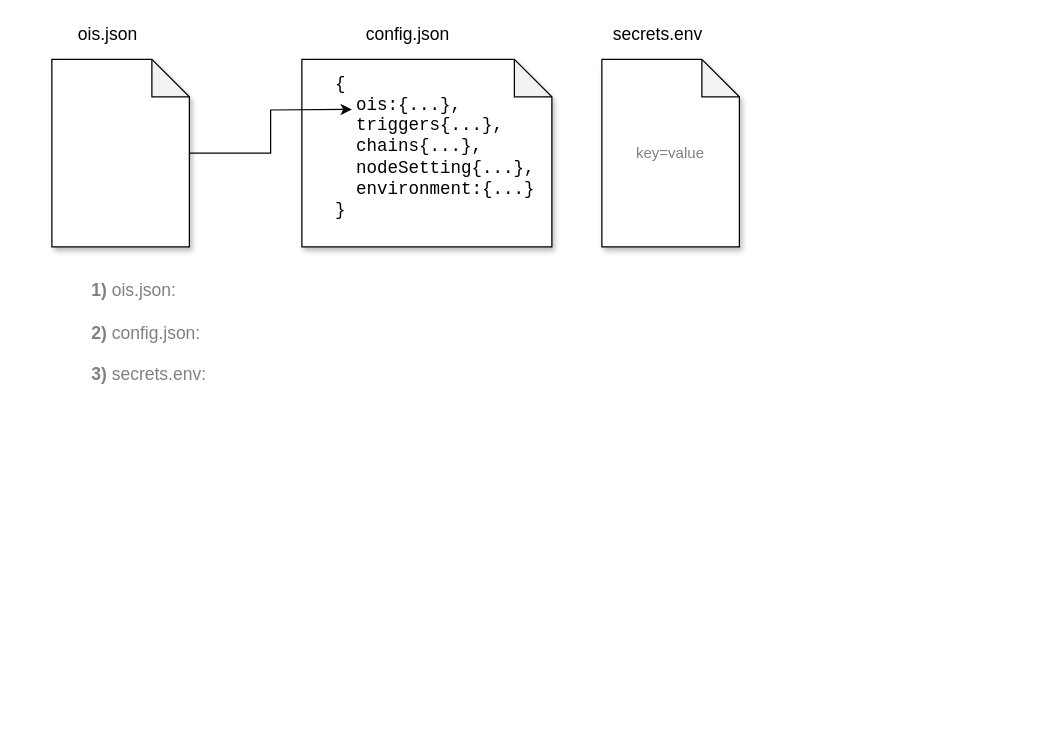
This is docs/next/assets/diagrams/api-provider-overview.drawio from api3dao/old-api3-docs, a draw.io file, before an edit. Source tidied: cells renumbered, new cells numbered last; positions are measured from the earlier drawing's top-left corner, leaving out a move shared by most shapes. Both pictures are drawn from the tidied source at 125%, with x=0, y=0 at pixel (51, 21).
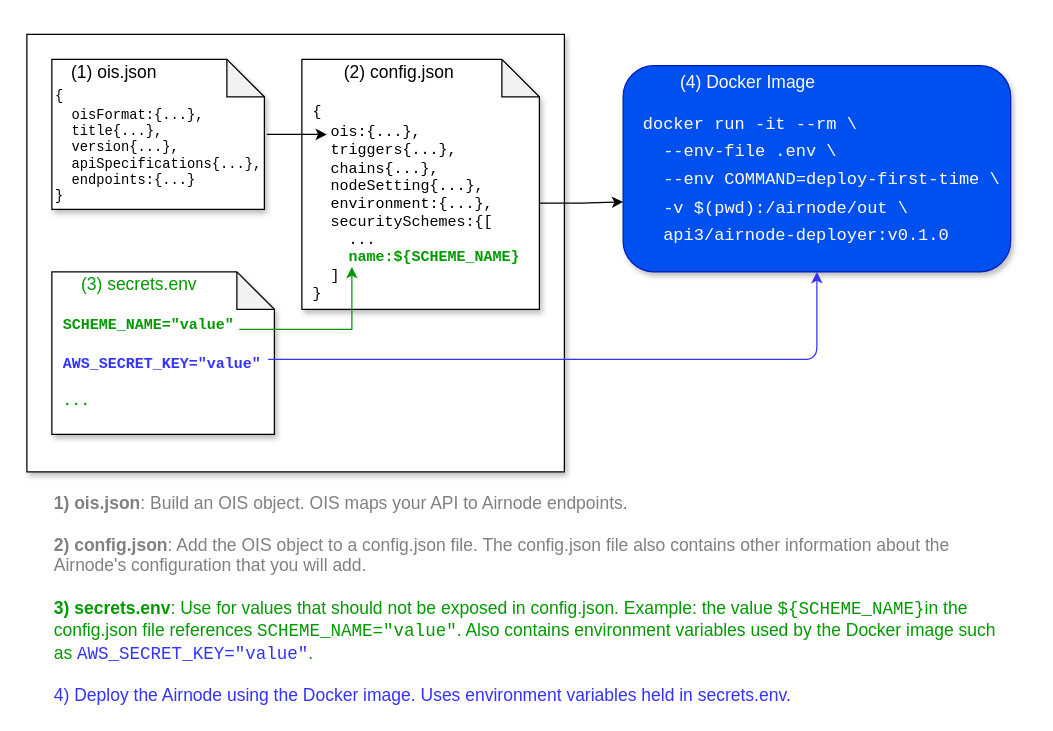
After the change.

Diff of the diagram source:
```diff
@@
+    <mxCell id="11" style="rounded=1;whiteSpace=wrap;html=1;fontSize=11;align=left;fillColor=#0050ef;strokeColor=#001DBC;fontColor=#ffffff;shadow=1;" parent="1" vertex="1">
+      <mxGeometry x="457" y="35" width="310" height="165" as="geometry" />
+    </mxCell>
+    <mxCell id="12" style="rounded=0;whiteSpace=wrap;html=1;shadow=1;" parent="1" vertex="1">
+      <mxGeometry x="-20" y="10" width="430" height="350" as="geometry" />
+    </mxCell>
-    <mxCell id="2" value="&lt;font style=&quot;font-size: 14px&quot;&gt;&lt;font style=&quot;font-size: 14px&quot; color=&quot;#808080&quot;&gt;&lt;font style=&quot;font-size: 14px&quot;&gt;&lt;font style=&quot;font-size: 14px&quot;&gt;&lt;b style=&quot;font-size: 14px&quot;&gt;1)&lt;/b&gt;&amp;nbsp;ois.json:&lt;br style=&quot;font-size: 14px&quot;&gt;&lt;/font&gt;&lt;br style=&quot;font-size: 14px&quot;&gt;&lt;font style=&quot;font-size: 14px&quot;&gt;&lt;b style=&quot;font-size: 14px&quot;&gt;2)&lt;/b&gt;&amp;nbsp;config.json:&lt;br style=&quot;font-size: 14px&quot;&gt;&lt;/font&gt;&lt;br style=&quot;font-size: 14px&quot;&gt;&lt;/font&gt;&lt;font style=&quot;font-size: 14px&quot;&gt;&lt;font style=&quot;font-size: 14px&quot;&gt;&lt;b style=&quot;font-size: 14px&quot;&gt;3)&lt;/b&gt;&amp;nbsp;secrets.env:&amp;nbsp;&lt;/font&gt;&lt;/font&gt;&lt;/font&gt;&lt;/font&gt;&lt;font style=&quot;font-size: 14px&quot; color=&quot;#000000&quot;&gt;&lt;br style=&quot;font-size: 14px&quot;&gt;&lt;/font&gt;" style="text;html=1;strokeColor=none;fillColor=none;align=left;verticalAlign=top;whiteSpace=wrap;rounded=0;fontSize=14;fontColor=#3333FF;" parent="1" vertex="1">
-      <mxGeometry x="30" y="200" width="510" height="150" as="geometry" />
+    <mxCell id="2" value="&lt;font&gt;&lt;font&gt;&lt;font style=&quot;font-size: 14px ; color: rgb(128 , 128 , 128)&quot;&gt;&lt;font style=&quot;font-size: 14px&quot;&gt;&lt;b style=&quot;font-size: 14px&quot;&gt;1)&lt;/b&gt;&amp;nbsp;&lt;b&gt;ois.json&lt;/b&gt;: Build an OIS object. OIS maps your API to Airnode endpoints.&lt;br style=&quot;font-size: 14px&quot;&gt;&lt;/font&gt;&lt;br style=&quot;font-size: 14px&quot;&gt;&lt;font style=&quot;font-size: 14px&quot;&gt;&lt;b style=&quot;font-size: 14px&quot;&gt;2)&lt;/b&gt;&amp;nbsp;&lt;b&gt;config.json&lt;/b&gt;: Add the OIS object to a config.json file. The config.json file also contains other information about the Airnode's configuration that you will add.&lt;br style=&quot;font-size: 14px&quot;&gt;&lt;/font&gt;&lt;br style=&quot;font-size: 14px&quot;&gt;&lt;/font&gt;&lt;font style=&quot;font-size: 14px&quot;&gt;&lt;font style=&quot;font-size: 14px&quot;&gt;&lt;font color=&quot;#009900&quot; style=&quot;font-size: 14px&quot;&gt;&lt;b style=&quot;font-size: 14px&quot;&gt;3)&lt;/b&gt;&amp;nbsp;&lt;b&gt;secrets.env&lt;/b&gt;: Use for values that should not be exposed in config.json. Example: the value &lt;font face=&quot;Courier New&quot; style=&quot;font-size: 14px&quot;&gt;${&lt;/font&gt;&lt;/font&gt;&lt;span style=&quot;color: rgb(0 , 153 , 0)&quot;&gt;&lt;font style=&quot;font-size: 14px&quot; face=&quot;Courier New&quot;&gt;SCHEME_NAME&lt;/font&gt;&lt;/span&gt;&lt;font color=&quot;#009900&quot; style=&quot;font-size: 14px&quot;&gt;&lt;font face=&quot;Courier New&quot; style=&quot;font-size: 14px&quot;&gt;}&lt;/font&gt;&lt;font style=&quot;font-size: 14px&quot;&gt;in the config.json&lt;/font&gt;&lt;font style=&quot;font-size: 14px&quot;&gt; file&lt;/font&gt; references&amp;nbsp;&lt;/font&gt;&lt;span style=&quot;color: rgb(0 , 153 , 0)&quot;&gt;&lt;font style=&quot;font-size: 14px&quot; face=&quot;Courier New&quot;&gt;SCHEME_NAME&lt;/font&gt;&lt;/span&gt;&lt;font style=&quot;font-size: 14px&quot;&gt;&lt;font face=&quot;Courier New&quot; style=&quot;color: rgb(0 , 153 , 0) ; font-size: 14px&quot;&gt;=&quot;value&quot;&lt;/font&gt;&lt;font color=&quot;#009900&quot;&gt;. Also contains environment variables used by the Docker image such as &lt;/font&gt;&lt;font face=&quot;Courier New&quot;&gt;AWS_SECRET_KEY=&quot;value&quot;&lt;/font&gt;&lt;font color=&quot;#009900&quot;&gt;.&lt;/font&gt;&lt;/font&gt;&lt;br&gt;&lt;/font&gt;&lt;/font&gt;&lt;/font&gt;&lt;/font&gt;&lt;font style=&quot;font-size: 14px&quot;&gt;&lt;br&gt;4&lt;/font&gt;&lt;font style=&quot;font-size: 14px&quot;&gt;) Deploy the Airnode using the Docker image. Uses environment variables held in secrets.env.&lt;br style=&quot;font-size: 14px&quot;&gt;&lt;/font&gt;" style="text;html=1;strokeColor=none;fillColor=none;align=left;verticalAlign=top;whiteSpace=wrap;rounded=0;fontSize=14;fontColor=#3333FF;" parent="1" vertex="1">
+      <mxGeometry y="370" width="770" height="180" as="geometry" />
     </mxCell>
     <mxCell id="3" style="shape=note;whiteSpace=wrap;html=1;backgroundOutline=1;darkOpacity=0.05;shadow=1;" parent="1" vertex="1">
-      <mxGeometry x="200" y="30" width="200" height="150" as="geometry" />
+      <mxGeometry x="200" y="30" width="190" height="200" as="geometry" />
     </mxCell>
-    <mxCell id="4" value="&lt;font style=&quot;font-size: 14px&quot;&gt;config.json&lt;/font&gt;" style="text;html=1;strokeColor=none;fillColor=none;align=center;verticalAlign=middle;whiteSpace=wrap;rounded=0;" parent="1" vertex="1">
-      <mxGeometry x="250" width="70" height="20" as="geometry" />
+    <mxCell id="4" value="&lt;font style=&quot;font-size: 14px&quot;&gt;(2) config.json&lt;/font&gt;" style="text;html=1;strokeColor=none;fillColor=none;align=center;verticalAlign=middle;whiteSpace=wrap;rounded=0;" parent="1" vertex="1">
+      <mxGeometry x="228" y="30" width="100" height="20" as="geometry" />
     </mxCell>
     <mxCell id="5" style="shape=note;whiteSpace=wrap;html=1;backgroundOutline=1;darkOpacity=0.05;shadow=1;" parent="1" vertex="1">
-      <mxGeometry y="30" width="110" height="150" as="geometry" />
+      <mxGeometry y="30" width="170" height="120" as="geometry" />
     </mxCell>
-    <mxCell id="6" value="&lt;font style=&quot;font-size: 14px&quot;&gt;ois.json&lt;/font&gt;" style="text;html=1;strokeColor=none;fillColor=none;align=center;verticalAlign=middle;whiteSpace=wrap;rounded=0;" parent="1" vertex="1">
-      <mxGeometry x="10" width="70" height="20" as="geometry" />
+    <mxCell id="6" value="&lt;font style=&quot;font-size: 14px&quot;&gt;(1) ois.json&lt;/font&gt;" style="text;html=1;strokeColor=none;fillColor=none;align=center;verticalAlign=middle;whiteSpace=wrap;rounded=0;" parent="1" vertex="1">
+      <mxGeometry x="-10" y="30" width="120" height="20" as="geometry" />
     </mxCell>
-    <mxCell id="7" value="&lt;font style=&quot;font-size: 14px&quot;&gt;secrets.env&lt;/font&gt;" style="text;html=1;strokeColor=none;fillColor=none;align=center;verticalAlign=middle;whiteSpace=wrap;rounded=0;" parent="1" vertex="1">
-      <mxGeometry x="450" width="70" height="20" as="geometry" />
-    </mxCell>
-    <mxCell id="8" value="&lt;div&gt;&lt;span style=&quot;font-size: 14px ; font-family: &amp;#34;courier new&amp;#34;&quot;&gt;{&lt;/span&gt;&lt;/div&gt;&lt;div&gt;&lt;span style=&quot;font-size: 14px ; font-family: &amp;#34;courier new&amp;#34;&quot;&gt;&amp;nbsp; ois:{...},&lt;/span&gt;&lt;/div&gt;&lt;font style=&quot;font-size: 14px&quot; face=&quot;Courier New&quot;&gt;&lt;div&gt;&lt;span&gt;&amp;nbsp; triggers{...},&lt;/span&gt;&lt;/div&gt;&lt;div&gt;&lt;span&gt;&amp;nbsp; chains{...},&lt;/span&gt;&lt;/div&gt;&lt;div&gt;&lt;span&gt;&amp;nbsp; nodeSetting{...},&lt;/span&gt;&lt;/div&gt;&lt;div&gt;&lt;span&gt;&amp;nbsp; environment:{...}&lt;/span&gt;&lt;/div&gt;&lt;div&gt;&lt;span&gt;}&lt;/span&gt;&lt;/div&gt;&lt;/font&gt;" style="text;html=1;strokeColor=none;fillColor=none;align=left;verticalAlign=middle;whiteSpace=wrap;rounded=0;shadow=1;" parent="1" vertex="1">
-      <mxGeometry x="225" y="40" width="170" height="120" as="geometry" />
+    <mxCell id="8" value="&lt;div style=&quot;font-size: 12px&quot;&gt;&lt;span style=&quot;font-family: &amp;#34;courier new&amp;#34;&quot;&gt;&lt;font style=&quot;font-size: 12px&quot;&gt;{&lt;/font&gt;&lt;/span&gt;&lt;/div&gt;&lt;div style=&quot;font-size: 12px&quot;&gt;&lt;font style=&quot;font-size: 12px&quot;&gt;&lt;span style=&quot;font-family: &amp;#34;courier new&amp;#34;&quot;&gt;&amp;nbsp; ois:{...&lt;/span&gt;&lt;span style=&quot;font-family: &amp;#34;courier new&amp;#34;&quot;&gt;},&lt;/span&gt;&lt;/font&gt;&lt;/div&gt;&lt;font style=&quot;font-size: 12px&quot;&gt;&lt;font style=&quot;font-size: 12px&quot; face=&quot;Courier New&quot;&gt;&lt;div&gt;&amp;nbsp; triggers{...},&lt;/div&gt;&lt;div&gt;&amp;nbsp; chains{...},&lt;/div&gt;&lt;div&gt;&amp;nbsp; nodeSetting{...},&lt;/div&gt;&lt;div&gt;&amp;nbsp; environment:{...},&lt;/div&gt;&lt;div&gt;&amp;nbsp; securitySchemes:{[&lt;/div&gt;&lt;div&gt;&amp;nbsp; &amp;nbsp; ...&lt;/div&gt;&lt;div&gt;&amp;nbsp; &amp;nbsp; &lt;font color=&quot;#009900&quot; style=&quot;font-size: 12px&quot;&gt;&lt;b&gt;name:${&lt;/b&gt;&lt;/font&gt;&lt;font color=&quot;#009900&quot; style=&quot;font-size: 12px&quot;&gt;&lt;span style=&quot;background-color: transparent&quot;&gt;&lt;b&gt;SCHEME_NAME&lt;/b&gt;&lt;/span&gt;&lt;span style=&quot;font-weight: bold&quot;&gt;}&lt;/span&gt;&lt;/font&gt;&lt;/div&gt;&lt;/font&gt;&lt;font style=&quot;font-size: 12px&quot; face=&quot;Courier New&quot;&gt;&lt;div&gt;&amp;nbsp; ]&amp;nbsp; &amp;nbsp;&lt;/div&gt;&lt;div&gt;}&lt;/div&gt;&lt;/font&gt;&lt;/font&gt;" style="text;html=1;strokeColor=none;fillColor=none;align=left;verticalAlign=middle;whiteSpace=wrap;rounded=0;shadow=1;fontSize=11;" parent="1" vertex="1">
+      <mxGeometry x="207" y="66" width="171" height="158.5" as="geometry" />
     </mxCell>
-    <mxCell id="9" value="key=value" style="shape=note;whiteSpace=wrap;html=1;backgroundOutline=1;darkOpacity=0.05;shadow=1;fontColor=#808080;" parent="1" vertex="1">
-      <mxGeometry x="440" y="30" width="110" height="150" as="geometry" />
+    <mxCell id="9" value="&lt;div&gt;&lt;span&gt;&lt;font face=&quot;Courier New&quot;&gt;&lt;b&gt;&lt;br&gt;&lt;/b&gt;&lt;/font&gt;&lt;/span&gt;&lt;/div&gt;&lt;div&gt;&lt;span&gt;&lt;font face=&quot;Courier New&quot;&gt;&lt;b&gt;&amp;nbsp;SCHEME_NAME=&quot;value&quot;&lt;/b&gt;&lt;/font&gt;&lt;/span&gt;&lt;/div&gt;&lt;div&gt;&lt;span&gt;&lt;font face=&quot;Courier New&quot;&gt;&lt;b&gt;&lt;br&gt;&lt;/b&gt;&lt;/font&gt;&lt;/span&gt;&lt;/div&gt;&lt;div&gt;&lt;span&gt;&lt;font color=&quot;#3333ff&quot; face=&quot;Courier New&quot;&gt;&lt;b&gt;&amp;nbsp;AWS_SECRET_KEY=&quot;value&quot;&lt;/b&gt;&lt;/font&gt;&lt;/span&gt;&lt;/div&gt;&lt;div&gt;&lt;span&gt;&lt;font face=&quot;Courier New&quot;&gt;&lt;b&gt;&lt;br&gt;&lt;/b&gt;&lt;/font&gt;&lt;/span&gt;&lt;/div&gt;&lt;div&gt;&lt;font face=&quot;Courier New&quot;&gt;&lt;b&gt;&amp;nbsp;...&lt;/b&gt;&lt;/font&gt;&lt;/div&gt;" style="shape=note;whiteSpace=wrap;html=1;backgroundOutline=1;darkOpacity=0.05;shadow=1;fontColor=#009900;align=left;" parent="1" vertex="1">
+      <mxGeometry y="200" width="178" height="130" as="geometry" />
     </mxCell>
-    <mxCell id="10" style="edgeStyle=orthogonalEdgeStyle;rounded=0;jettySize=auto;html=1;" parent="1" edge="1" source="5">
-      <mxGeometry relative="1" as="geometry">
-        <mxPoint x="240" y="70" as="targetPoint" />
-      </mxGeometry>
-    </mxCell>
+    <mxCell id="13" value="&lt;div style=&quot;font-size: 11px;&quot;&gt;&lt;span style=&quot;font-size: 11px; font-family: &amp;quot;courier new&amp;quot;;&quot;&gt;{&lt;/span&gt;&lt;/div&gt;&lt;div style=&quot;font-size: 11px;&quot;&gt;&lt;span style=&quot;font-size: 11px; font-family: &amp;quot;courier new&amp;quot;;&quot;&gt;&amp;nbsp; oisFormat:{...},&lt;/span&gt;&lt;/div&gt;&lt;font style=&quot;font-size: 11px;&quot; face=&quot;Courier New&quot;&gt;&lt;div style=&quot;font-size: 11px;&quot;&gt;&lt;span style=&quot;font-size: 11px;&quot;&gt;&amp;nbsp; title{...},&lt;/span&gt;&lt;/div&gt;&lt;div style=&quot;font-size: 11px;&quot;&gt;&lt;span style=&quot;font-size: 11px;&quot;&gt;&amp;nbsp; version{...},&lt;/span&gt;&lt;/div&gt;&lt;div style=&quot;font-size: 11px;&quot;&gt;&lt;span style=&quot;font-size: 11px;&quot;&gt;&amp;nbsp; apiSpecifications{...},&lt;/span&gt;&lt;/div&gt;&lt;div style=&quot;font-size: 11px;&quot;&gt;&lt;span style=&quot;font-size: 11px;&quot;&gt;&amp;nbsp; endpoints:{...}&lt;/span&gt;&lt;/div&gt;&lt;div style=&quot;font-size: 11px;&quot;&gt;&lt;span style=&quot;font-size: 11px;&quot;&gt;}&lt;/span&gt;&lt;/div&gt;&lt;/font&gt;" style="text;html=1;strokeColor=none;fillColor=none;align=left;verticalAlign=middle;whiteSpace=wrap;rounded=0;shadow=1;fontSize=11;" parent="1" vertex="1">
+      <mxGeometry x="1" y="50" width="170" height="100" as="geometry" />
+    </mxCell>
+    <mxCell id="14" value="&lt;pre class=&quot;language-sh&quot; style=&quot;background: transparent ; font-family: &amp;#34;consolas&amp;#34; , &amp;#34;monaco&amp;#34; , &amp;#34;andale mono&amp;#34; , &amp;#34;ubuntu mono&amp;#34; , monospace ; font-size: 16px ; text-align: left ; word-break: normal ; overflow-wrap: normal ; line-height: 1.4 ; padding: 1.25rem 1.5rem 1.25rem 4.5rem ; margin-top: 0.85rem ; margin-bottom: 0.85rem ; overflow: auto ; border-radius: 6px ; position: relative ; z-index: 1 ; vertical-align: middle&quot;&gt;&lt;code style=&quot;padding: 0px ; margin: 0px ; font-size: 0.85em ; background-color: transparent ; border-radius: 0px&quot;&gt;&lt;font color=&quot;#ffffff&quot;&gt;docker run -it --rm &lt;span class=&quot;token punctuation&quot;&gt;\&lt;/span&gt;&lt;br&gt;  --env-file .env &lt;span class=&quot;token punctuation&quot;&gt;\&lt;/span&gt;&lt;br&gt;  --env &lt;span class=&quot;token assign-left variable&quot;&gt;COMMAND&lt;/span&gt;&lt;span class=&quot;token operator&quot;&gt;=&lt;/span&gt;deploy-first-time &lt;span class=&quot;token punctuation&quot;&gt;\&lt;/span&gt;&lt;br&gt;  -v &lt;span class=&quot;token variable&quot;&gt;&lt;span class=&quot;token variable&quot;&gt;$(&lt;/span&gt;&lt;span class=&quot;token builtin class-name&quot;&gt;pwd&lt;/span&gt;&lt;span class=&quot;token variable&quot;&gt;)&lt;/span&gt;&lt;/span&gt;:/airnode/out &lt;span class=&quot;token punctuation&quot;&gt;\&lt;/span&gt;&lt;br&gt;  api3/airnode-deployer:v0.1.0&lt;/font&gt;&lt;/code&gt;&lt;/pre&gt;" style="text;html=1;strokeColor=none;fillColor=none;align=center;verticalAlign=middle;whiteSpace=wrap;rounded=0;fontSize=11;shadow=1;" parent="1" vertex="1">
+      <mxGeometry x="467" y="66" width="250" height="120" as="geometry" />
+    </mxCell>
+    <mxCell id="7" value="&lt;font style=&quot;font-size: 14px&quot;&gt;(3) secrets.env&lt;/font&gt;" style="text;html=1;strokeColor=none;fillColor=none;align=center;verticalAlign=middle;whiteSpace=wrap;rounded=0;fontColor=#009900;" parent="1" vertex="1">
+      <mxGeometry x="20" y="200" width="100" height="20" as="geometry" />
+    </mxCell>
+    <mxCell id="15" style="endArrow=classic;html=1;fontSize=11;fontColor=#009900;exitX=1.006;exitY=0.4;exitDx=0;exitDy=0;exitPerimeter=0;" parent="1" edge="1" source="13">
+      <mxGeometry relative="1" as="geometry">
+        <mxPoint x="220" y="90" as="targetPoint" />
+      </mxGeometry>
+    </mxCell>
+    <mxCell id="16" style="edgeStyle=orthogonalEdgeStyle;rounded=0;orthogonalLoop=1;jettySize=auto;html=1;fontSize=11;fontColor=#009900;strokeColor=#009900;sketch=0;" parent="1" edge="1">
+      <mxGeometry relative="1" as="geometry">
+        <mxPoint x="150" y="246" as="sourcePoint" />
+        <mxPoint x="240" y="196" as="targetPoint" />
+        <Array as="points">
+          <mxPoint x="150" y="246" />
+          <mxPoint x="240" y="246" />
+        </Array>
+      </mxGeometry>
+    </mxCell>
+    <mxCell id="17" value="&lt;font style=&quot;font-size: 14px&quot; color=&quot;#ffffff&quot;&gt;(4) Docker Image&lt;/font&gt;" style="text;html=1;strokeColor=none;fillColor=none;align=center;verticalAlign=middle;whiteSpace=wrap;rounded=0;shadow=1;fontSize=11;fontColor=#009900;" parent="1" vertex="1">
+      <mxGeometry x="447" y="37.5" width="220" height="20" as="geometry" />
+    </mxCell>
+    <mxCell id="18" style="endArrow=classic;html=1;fontSize=11;fontColor=#009900;entryX=0.5;entryY=1;entryDx=0;entryDy=0;strokeColor=#3333FF;" parent="1" edge="1" target="11">
+      <mxGeometry relative="1" as="geometry">
+        <mxPoint x="173" y="270" as="sourcePoint" />
+        <Array as="points">
+          <mxPoint x="612" y="270" />
+        </Array>
+      </mxGeometry>
+    </mxCell>
+    <mxCell id="19" style="edgeStyle=orthogonalEdgeStyle;rounded=0;jettySize=auto;html=1;entryX=0;entryY=0.661;entryDx=0;entryDy=0;fontSize=11;exitX=0;exitY=0;exitDx=190;exitDy=115;exitPerimeter=0;entryPerimeter=0;" parent="1" edge="1" source="3" target="11">
+      <mxGeometry relative="1" as="geometry" />
+    </mxCell>
```
